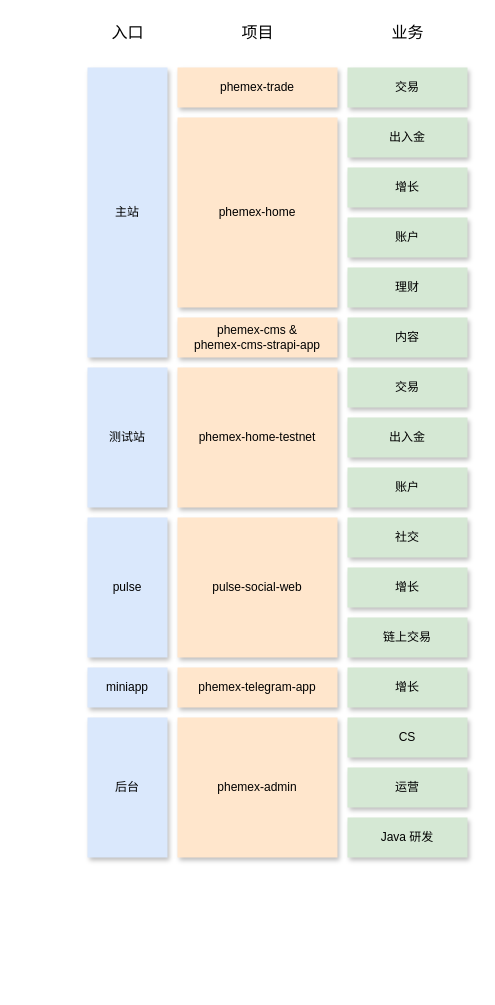
AC-YoY/diagram-storage keeps this draw.io diagram as page "phemex-biz" (1 of 2) of cex-biz.drawio. Above is the earlier version. Source tidied: cells renumbered, new cells numbered last; positions are measured from the earlier drawing's top-left corner, leaving out a move shared by most shapes. Both pictures are drawn from the tidied source at 100%, with x=0, y=0 at pixel (87, 17).
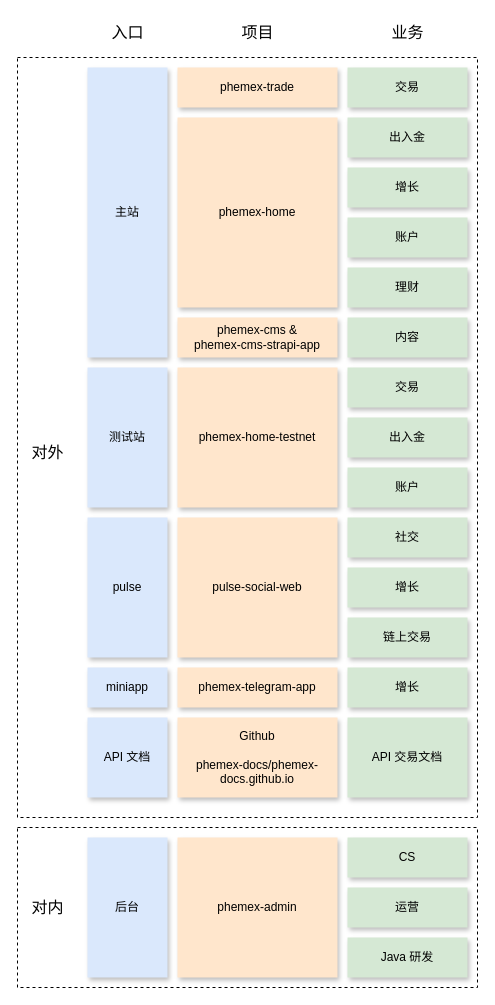
The same diagram, later.

What changed in the source:
```diff
@@
+    <mxCell id="33" style="rounded=0;whiteSpace=wrap;html=1;strokeColor=default;dashed=1;" parent="1" vertex="1">
+      <mxGeometry x="-70" y="40" width="460" height="760" as="geometry" />
+    </mxCell>
+    <mxCell id="34" style="rounded=0;whiteSpace=wrap;html=1;dashed=1;" parent="1" vertex="1">
+      <mxGeometry x="-70" y="810" width="460" height="160" as="geometry" />
+    </mxCell>
@@
     <mxCell id="16" value="后台" style="rounded=0;whiteSpace=wrap;html=1;fillColor=#dae8fc;strokeColor=none;labelBackgroundColor=none;labelBorderColor=none;shadow=1;" parent="1" vertex="1">
-      <mxGeometry y="700" width="80" height="140" as="geometry" />
+      <mxGeometry y="820" width="80" height="140" as="geometry" />
     </mxCell>
@@
     <mxCell id="19" value="CS" style="rounded=0;whiteSpace=wrap;html=1;fillColor=#d5e8d4;strokeColor=none;labelBackgroundColor=none;labelBorderColor=none;shadow=1;" parent="1" vertex="1">
-      <mxGeometry x="260" y="700" width="120" height="40" as="geometry" />
+      <mxGeometry x="260" y="820" width="120" height="40" as="geometry" />
     </mxCell>
@@
     <mxCell id="25" value="phemex-admin" style="rounded=0;whiteSpace=wrap;html=1;fillColor=#ffe6cc;strokeColor=none;labelBackgroundColor=none;labelBorderColor=none;shadow=1;" parent="1" vertex="1">
-      <mxGeometry x="90" y="700" width="160" height="140" as="geometry" />
+      <mxGeometry x="90" y="820" width="160" height="140" as="geometry" />
     </mxCell>
     <mxCell id="26" value="Java 研发" style="rounded=0;whiteSpace=wrap;html=1;fillColor=#d5e8d4;strokeColor=none;labelBackgroundColor=none;labelBorderColor=none;shadow=1;" parent="1" vertex="1">
-      <mxGeometry x="260" y="800" width="120" height="40" as="geometry" />
+      <mxGeometry x="260" y="920" width="120" height="40" as="geometry" />
     </mxCell>
@@
     <mxCell id="28" value="运营" style="rounded=0;whiteSpace=wrap;html=1;fillColor=#d5e8d4;strokeColor=none;labelBackgroundColor=none;labelBorderColor=none;shadow=1;" parent="1" vertex="1">
-      <mxGeometry x="260" y="750" width="120" height="40" as="geometry" />
+      <mxGeometry x="260" y="870" width="120" height="40" as="geometry" />
     </mxCell>
@@
+    <mxCell id="35" value="API 文档" style="rounded=0;whiteSpace=wrap;html=1;fillColor=#dae8fc;strokeColor=none;labelBackgroundColor=none;labelBorderColor=none;shadow=1;" parent="1" vertex="1">
+      <mxGeometry y="700" width="80" height="80" as="geometry" />
+    </mxCell>
+    <mxCell id="36" value="Github&lt;br&gt;&lt;br&gt;phemex-docs/phemex-docs.github.io" style="rounded=0;whiteSpace=wrap;html=1;fillColor=#ffe6cc;strokeColor=none;labelBackgroundColor=none;labelBorderColor=none;shadow=1;" parent="1" vertex="1">
+      <mxGeometry x="90" y="700" width="160" height="80" as="geometry" />
+    </mxCell>
+    <mxCell id="37" value="API 交易文档" style="rounded=0;whiteSpace=wrap;html=1;fillColor=#d5e8d4;strokeColor=none;labelBackgroundColor=none;labelBorderColor=none;shadow=1;" parent="1" vertex="1">
+      <mxGeometry x="260" y="700" width="120" height="80" as="geometry" />
+    </mxCell>
+    <mxCell id="38" value="对内" style="text;html=1;align=center;verticalAlign=middle;strokeColor=none;fillColor=none;fontSize=16;" parent="1" vertex="1">
+      <mxGeometry x="-70" y="875" width="60" height="30" as="geometry" />
+    </mxCell>
+    <mxCell id="39" value="对外" style="text;html=1;align=center;verticalAlign=middle;strokeColor=none;fillColor=none;fontSize=16;" parent="1" vertex="1">
+      <mxGeometry x="-70" y="420" width="60" height="30" as="geometry" />
+    </mxCell>
```
